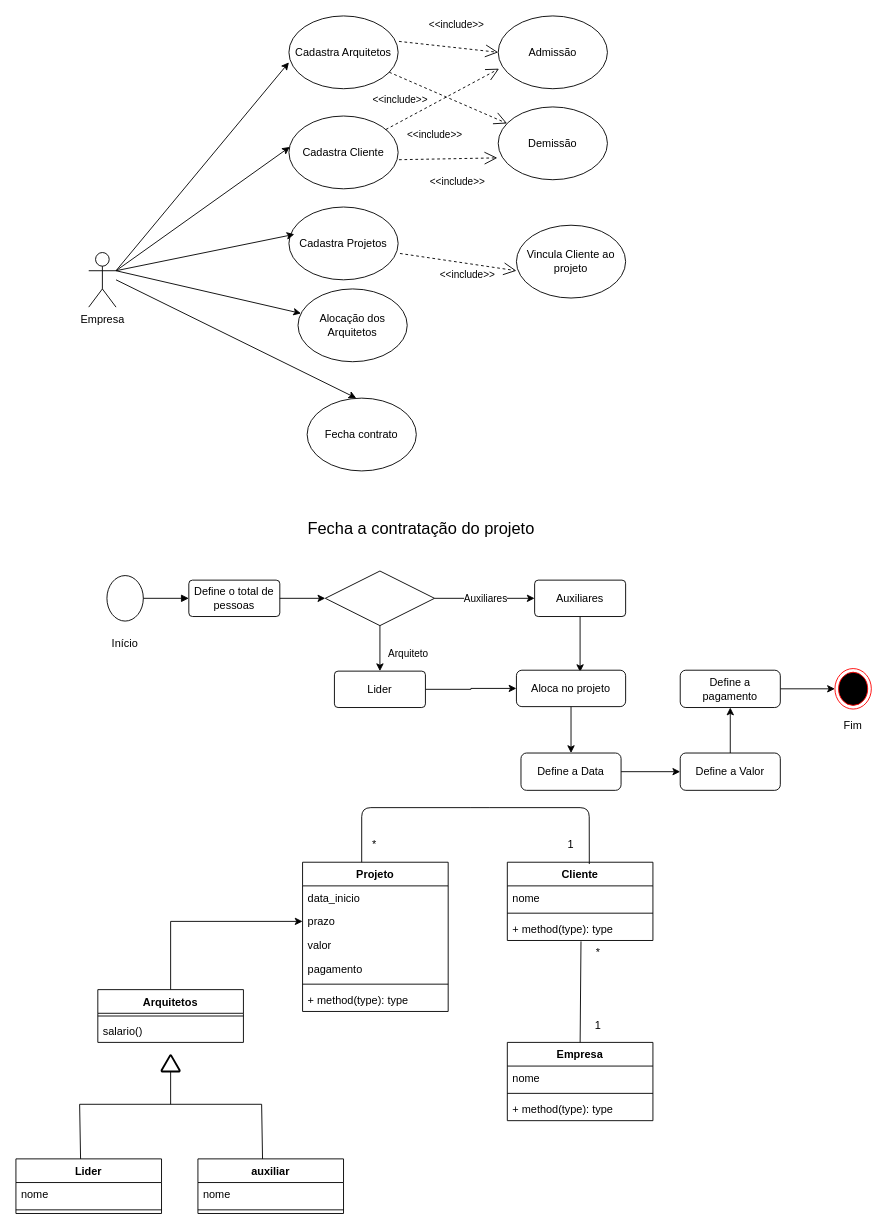
This is Untitled Diagram.drawio from EdneiFNeto/UML, a draw.io file, before an edit. Source tidied: cells renumbered, new cells numbered last; positions are measured from the earlier drawing's top-left corner, leaving out a move shared by most shapes. Both pictures are drawn from the tidied source at 91%, with x=0, y=0 at pixel (15, 15).
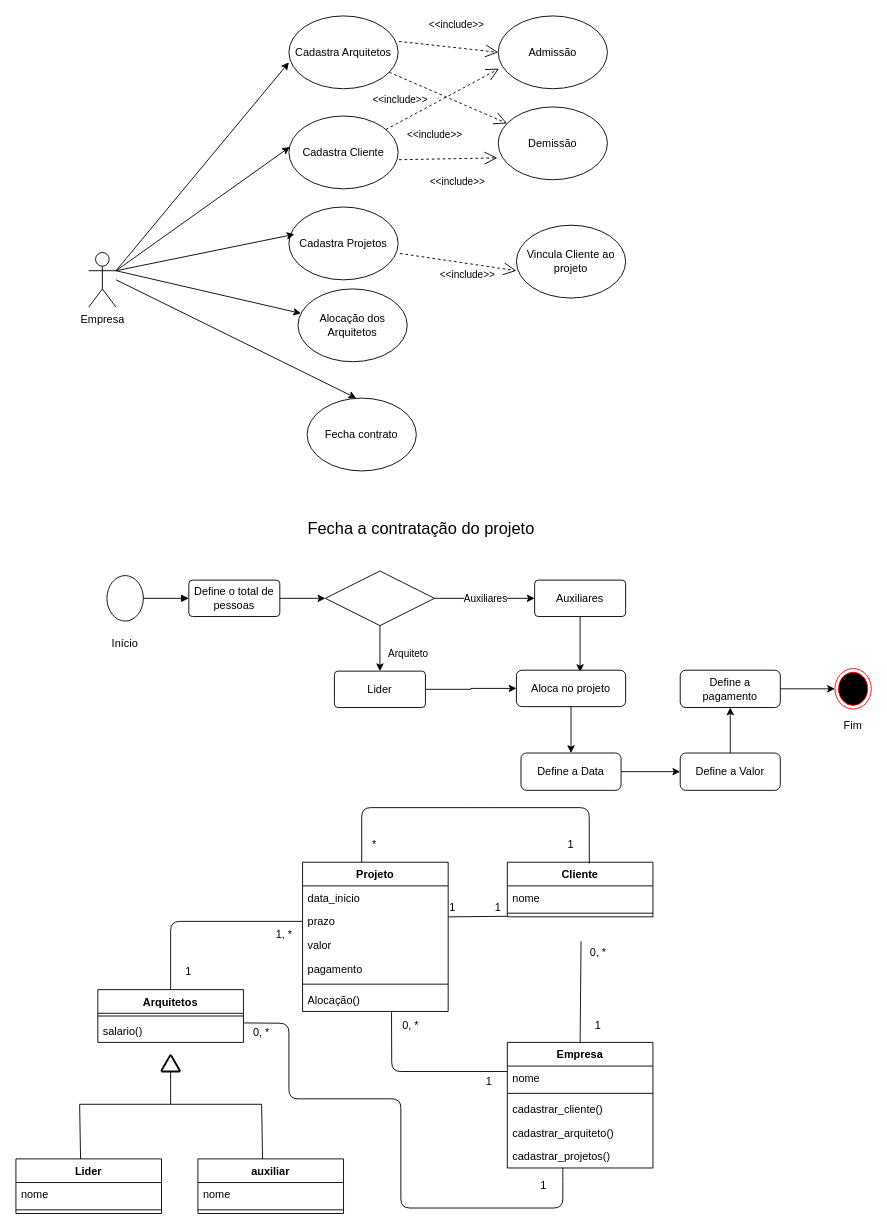
The same diagram, later.

Commit message:
Fim diagrama classe

The change refers to these unchanged cells:
```xml
<mxCell id="58" value="Arquitetos" style="swimlane;fontStyle=1;align=center;verticalAlign=top;horizontal=1;startSize=26;" parent="1" vertex="1">
  <mxGeometry x="90" y="1070" width="160" height="58" as="geometry" />
</mxCell>
<mxCell id="60" value="salario()" style="text;strokeColor=none;fillColor=none;align=left;verticalAlign=top;spacingLeft=4;spacingRight=4;overflow=hidden;points=[[0,0.5],[1,0.5]];portConstraint=eastwest;" parent="58" vertex="1">
  <mxGeometry y="32" width="160" height="26" as="geometry" />
</mxCell>
<mxCell id="61" value="Projeto" style="swimlane;fontStyle=1;align=center;verticalAlign=top;horizontal=1;startSize=26;" parent="1" vertex="1">
  <mxGeometry x="315" y="930" width="160" height="164" as="geometry" />
</mxCell>
<mxCell id="63" value="prazo" style="text;strokeColor=none;fillColor=none;align=left;verticalAlign=top;spacingLeft=4;spacingRight=4;overflow=hidden;points=[[0,0.5],[1,0.5]];portConstraint=eastwest;" parent="61" vertex="1">
  <mxGeometry y="52" width="160" height="26" as="geometry" />
</mxCell>
```

The edit, as a diff of the source:
```diff
@@
-    <mxCell id="57" style="edgeStyle=orthogonalEdgeStyle;rounded=0;jettySize=auto;html=1;entryX=0;entryY=0.5;entryDx=0;entryDy=0;" parent="1" edge="1" source="58" target="63">
-      <mxGeometry relative="1" as="geometry" />
-    </mxCell>
@@
-    <mxCell id="67" value="+ method(type): type" style="text;strokeColor=none;fillColor=none;align=left;verticalAlign=top;spacingLeft=4;spacingRight=4;overflow=hidden;points=[[0,0.5],[1,0.5]];portConstraint=eastwest;" parent="61" vertex="1">
+    <mxCell id="67" value="Alocação()" style="text;strokeColor=none;fillColor=none;align=left;verticalAlign=top;spacingLeft=4;spacingRight=4;overflow=hidden;points=[[0,0.5],[1,0.5]];portConstraint=eastwest;" parent="61" vertex="1">
       <mxGeometry y="138" width="160" height="26" as="geometry" />
     </mxCell>
     <mxCell id="68" value="Empresa" style="swimlane;fontStyle=1;align=center;verticalAlign=top;horizontal=1;startSize=26;" parent="1" vertex="1">
-      <mxGeometry x="540" y="1128" width="160" height="86" as="geometry" />
+      <mxGeometry x="540" y="1128" width="160" height="138" as="geometry" />
     </mxCell>
@@
+    <mxCell id="82" value="cadastrar_cliente()" style="text;strokeColor=none;fillColor=none;align=left;verticalAlign=top;spacingLeft=4;spacingRight=4;overflow=hidden;" parent="68" vertex="1">
+      <mxGeometry y="60" width="160" height="26" as="geometry" />
+    </mxCell>
+    <mxCell id="83" value="cadastrar_arquiteto()" style="text;strokeColor=none;fillColor=none;align=left;verticalAlign=top;spacingLeft=4;spacingRight=4;overflow=hidden;" parent="68" vertex="1">
+      <mxGeometry y="86" width="160" height="26" as="geometry" />
+    </mxCell>
-    <mxCell id="71" value="+ method(type): type" style="text;strokeColor=none;fillColor=none;align=left;verticalAlign=top;spacingLeft=4;spacingRight=4;overflow=hidden;points=[[0,0.5],[1,0.5]];portConstraint=eastwest;" parent="68" vertex="1">
-      <mxGeometry y="60" width="160" height="26" as="geometry" />
+    <mxCell id="71" value="cadastrar_projetos()" style="text;strokeColor=none;fillColor=none;align=left;verticalAlign=top;spacingLeft=4;spacingRight=4;overflow=hidden;points=[[0,0.5],[1,0.5]];portConstraint=eastwest;" parent="68" vertex="1">
+      <mxGeometry y="112" width="160" height="26" as="geometry" />
     </mxCell>
     <mxCell id="72" value="Cliente" style="swimlane;fontStyle=1;align=center;verticalAlign=top;horizontal=1;startSize=26;" parent="1" vertex="1">
-      <mxGeometry x="540" y="930" width="160" height="86" as="geometry" />
+      <mxGeometry x="540" y="930" width="160" height="60" as="geometry" />
     </mxCell>
@@
-    <mxCell id="75" value="+ method(type): type" style="text;strokeColor=none;fillColor=none;align=left;verticalAlign=top;spacingLeft=4;spacingRight=4;overflow=hidden;points=[[0,0.5],[1,0.5]];portConstraint=eastwest;" parent="72" vertex="1">
-      <mxGeometry y="60" width="160" height="26" as="geometry" />
-    </mxCell>
@@
-    <mxCell id="79" style="endArrow=none;html=1;exitX=0.5;exitY=0;exitDx=0;exitDy=0;entryX=0.506;entryY=1.038;entryDx=0;entryDy=0;entryPerimeter=0;" parent="1" edge="1" source="68" target="75">
-      <mxGeometry relative="1" as="geometry" />
+    <mxCell id="79" style="endArrow=none;html=1;exitX=0.5;exitY=0;exitDx=0;exitDy=0;entryX=0.506;entryY=1.038;entryDx=0;entryDy=0;entryPerimeter=0;" parent="1" edge="1" source="68">
+      <mxGeometry relative="1" as="geometry">
+        <mxPoint x="621" y="1017" as="targetPoint" />
+      </mxGeometry>
     </mxCell>
@@
-    <mxCell id="81" value="*" style="text;html=1;strokeColor=none;fillColor=none;align=center;verticalAlign=middle;whiteSpace=wrap;rounded=0;" parent="1" vertex="1">
+    <mxCell id="81" value="0, *" style="text;html=1;strokeColor=none;fillColor=none;align=center;verticalAlign=middle;whiteSpace=wrap;rounded=0;" parent="1" vertex="1">
       <mxGeometry x="620" y="1020" width="40" height="20" as="geometry" />
     </mxCell>
+    <mxCell id="57" style="endArrow=none;html=1;exitX=0.5;exitY=0;exitDx=0;exitDy=0;entryX=0;entryY=0.5;entryDx=0;entryDy=0;" parent="1" edge="1" source="58" target="63">
+      <mxGeometry relative="1" as="geometry">
+        <Array as="points">
+          <mxPoint x="170" y="995" />
+        </Array>
+      </mxGeometry>
+    </mxCell>
+    <mxCell id="84" style="endArrow=none;html=1;entryX=0;entryY=0.5;entryDx=0;entryDy=0;exitX=0.611;exitY=1.03;exitDx=0;exitDy=0;exitPerimeter=0;" parent="1" edge="1" source="67">
+      <mxGeometry relative="1" as="geometry">
+        <mxPoint x="540" y="1160" as="targetPoint" />
+        <Array as="points">
+          <mxPoint x="413" y="1160" />
+        </Array>
+      </mxGeometry>
+    </mxCell>
+    <mxCell id="85" style="endArrow=none;html=1;exitX=1.005;exitY=0.176;exitDx=0;exitDy=0;exitPerimeter=0;entryX=0.382;entryY=0.995;entryDx=0;entryDy=0;entryPerimeter=0;" parent="1" edge="1" source="60" target="71">
+      <mxGeometry relative="1" as="geometry">
+        <Array as="points">
+          <mxPoint x="300" y="1107" />
+          <mxPoint x="300" y="1190" />
+          <mxPoint x="423" y="1190" />
+          <mxPoint x="423" y="1310" />
+          <mxPoint x="601" y="1310" />
+          <mxPoint x="601" y="1270" />
+        </Array>
+      </mxGeometry>
+    </mxCell>
+    <mxCell id="86" value="1" style="text;html=1;strokeColor=none;fillColor=none;align=center;verticalAlign=middle;whiteSpace=wrap;rounded=0;" parent="1" vertex="1">
+      <mxGeometry x="500" y="1161" width="40" height="20" as="geometry" />
+    </mxCell>
+    <mxCell id="87" value="0, *" style="text;html=1;strokeColor=none;fillColor=none;align=center;verticalAlign=middle;whiteSpace=wrap;rounded=0;" parent="1" vertex="1">
+      <mxGeometry x="414" y="1100" width="40" height="20" as="geometry" />
+    </mxCell>
+    <mxCell id="88" value="0, *" style="text;html=1;strokeColor=none;fillColor=none;align=center;verticalAlign=middle;whiteSpace=wrap;rounded=0;" parent="1" vertex="1">
+      <mxGeometry x="250" y="1108" width="40" height="20" as="geometry" />
+    </mxCell>
+    <mxCell id="89" style="endArrow=none;html=1;exitX=1.001;exitY=0.31;exitDx=0;exitDy=0;exitPerimeter=0;entryX=-0.002;entryY=-0.022;entryDx=0;entryDy=0;entryPerimeter=0;" parent="1" edge="1" source="63">
+      <mxGeometry relative="1" as="geometry">
+        <mxPoint x="539.7" y="989.4" as="targetPoint" />
+      </mxGeometry>
+    </mxCell>
+    <mxCell id="90" value="1" style="text;html=1;strokeColor=none;fillColor=none;align=center;verticalAlign=middle;whiteSpace=wrap;rounded=0;" parent="1" vertex="1">
+      <mxGeometry x="460" y="970" width="40" height="20" as="geometry" />
+    </mxCell>
+    <mxCell id="91" value="1" style="text;html=1;strokeColor=none;fillColor=none;align=center;verticalAlign=middle;whiteSpace=wrap;rounded=0;" parent="1" vertex="1">
+      <mxGeometry x="510" y="970" width="40" height="20" as="geometry" />
+    </mxCell>
+    <mxCell id="92" value="1" style="text;html=1;strokeColor=none;fillColor=none;align=center;verticalAlign=middle;whiteSpace=wrap;rounded=0;" parent="1" vertex="1">
+      <mxGeometry x="170" y="1040" width="40" height="20" as="geometry" />
+    </mxCell>
+    <mxCell id="93" value="1, *" style="text;html=1;strokeColor=none;fillColor=none;align=center;verticalAlign=middle;whiteSpace=wrap;rounded=0;" parent="1" vertex="1">
+      <mxGeometry x="275" y="1000" width="40" height="20" as="geometry" />
+    </mxCell>
+    <mxCell id="94" value="1" style="text;html=1;strokeColor=none;fillColor=none;align=center;verticalAlign=middle;whiteSpace=wrap;rounded=0;" parent="1" vertex="1">
+      <mxGeometry x="560" y="1276" width="40" height="20" as="geometry" />
+    </mxCell>
```
